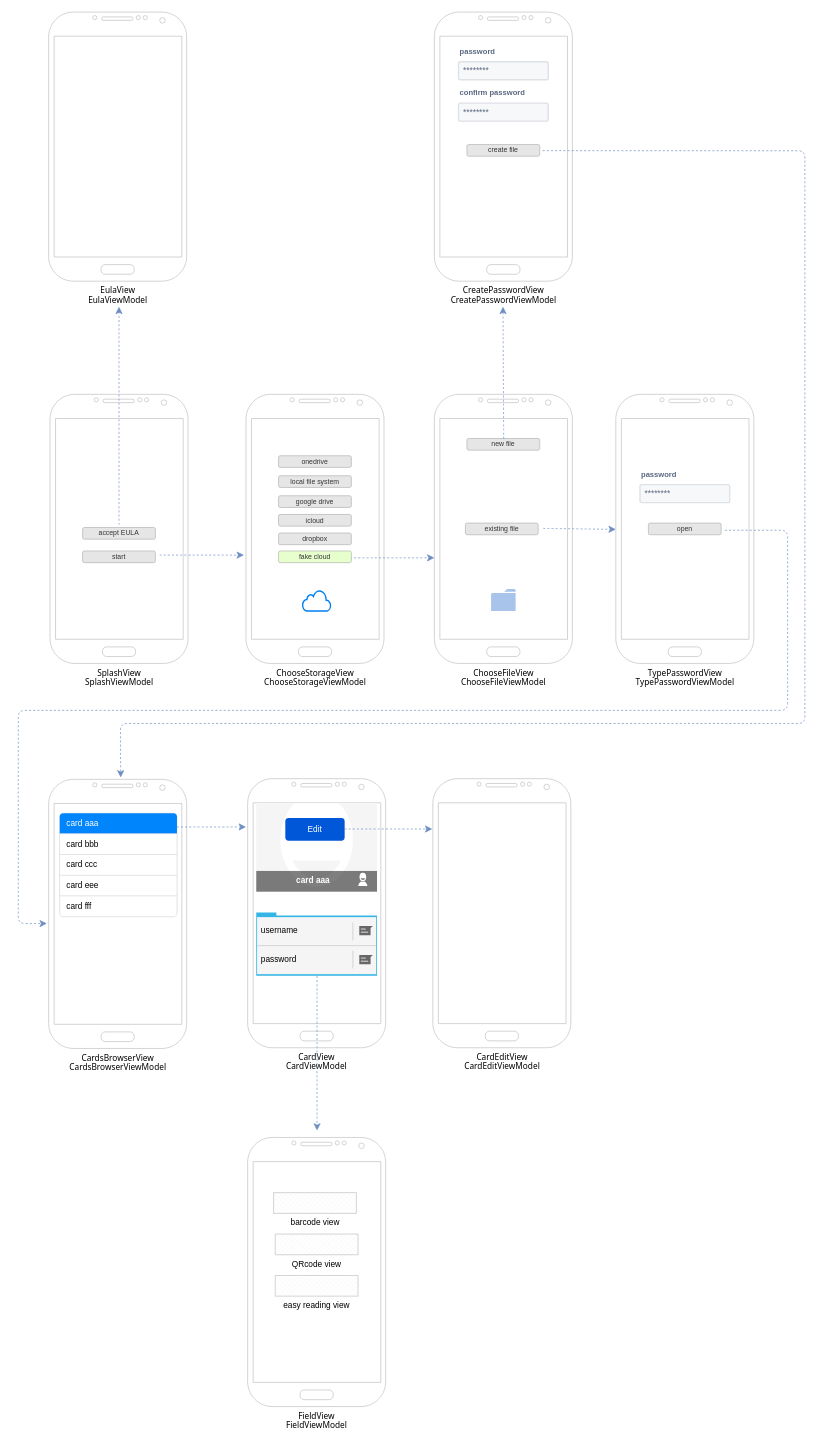
Earlier version of the draw.io diagram docs/navigation.drawio (nicolgit/blast). Source tidied: cells renumbered, new cells numbered last; positions are measured from the earlier drawing's top-left corner, leaving out a move shared by most shapes. Both pictures are drawn from the tidied source at 69%, with x=0, y=0 at pixel (18, 12).
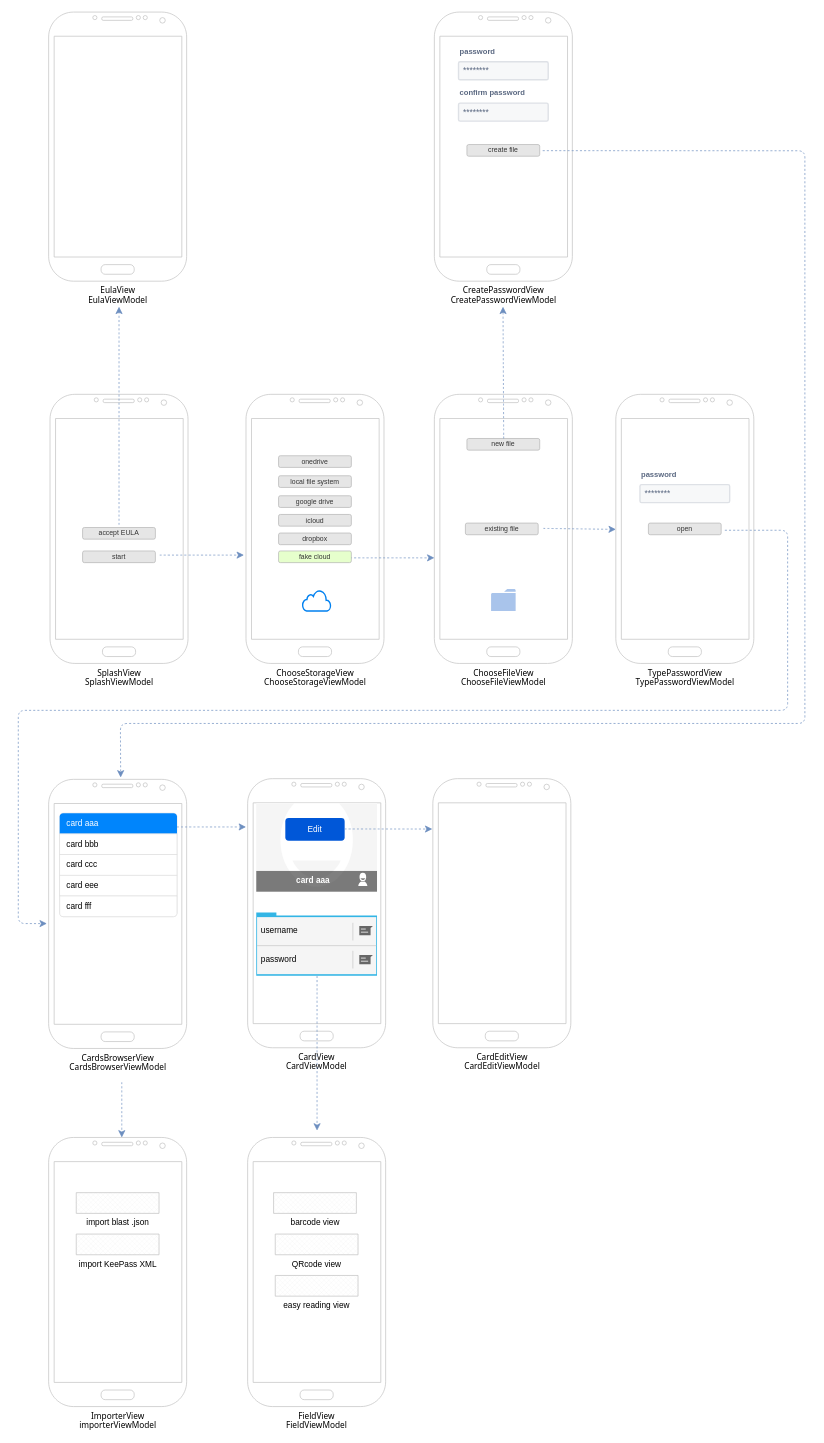
The same diagram, later.

What changed in the source:
```diff
@@
+    <mxCell id="56" value="ImporterView&lt;br&gt;importerViewModel" style="verticalLabelPosition=bottom;verticalAlign=top;html=1;shadow=0;dashed=0;strokeWidth=1;shape=mxgraph.android.phone2;strokeColor=#c0c0c0;fontSize=12;fontFamily=Tahoma;" parent="1" vertex="1">
+      <mxGeometry x="44" y="1631" width="200" height="390" as="geometry" />
+    </mxCell>
+    <mxCell id="57" value="import blast .json" style="verticalLabelPosition=bottom;verticalAlign=top;html=1;shape=mxgraph.basic.patternFillRect;fillStyle=diagGrid;step=5;fillStrokeWidth=0.2;fillStrokeColor=#dddddd;strokeColor=#C0C0C0;" parent="1" vertex="1">
+      <mxGeometry x="84" y="1711" width="120" height="30" as="geometry" />
+    </mxCell>
+    <mxCell id="58" value="import KeePass XML" style="verticalLabelPosition=bottom;verticalAlign=top;html=1;shape=mxgraph.basic.patternFillRect;fillStyle=diagGrid;step=5;fillStrokeWidth=0.2;fillStrokeColor=#dddddd;strokeColor=#C0C0C0;" parent="1" vertex="1">
+      <mxGeometry x="84" y="1771" width="120" height="30" as="geometry" />
+    </mxCell>
+    <mxCell id="59" style="endArrow=classic;html=1;rounded=0;fontSize=12;startSize=8;endSize=8;curved=1;fillColor=#dae8fc;strokeColor=#6c8ebf;dashed=1;" parent="1" edge="1">
+      <mxGeometry relative="1" as="geometry">
+        <mxPoint x="150" y="1551" as="sourcePoint" />
+        <mxPoint x="150" y="1631" as="targetPoint" />
+      </mxGeometry>
+    </mxCell>
```
